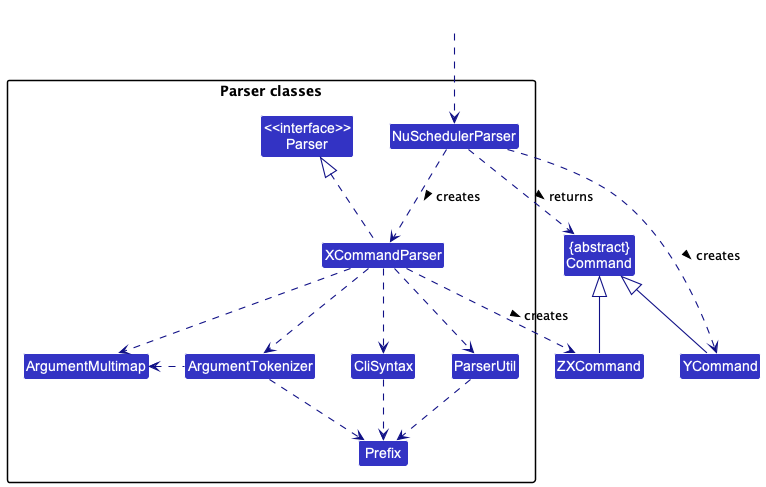
Before: docs/images/ParserClasses.png, a diagram exported from PlantUML (nus-cs2103-AY2223S1/tp).
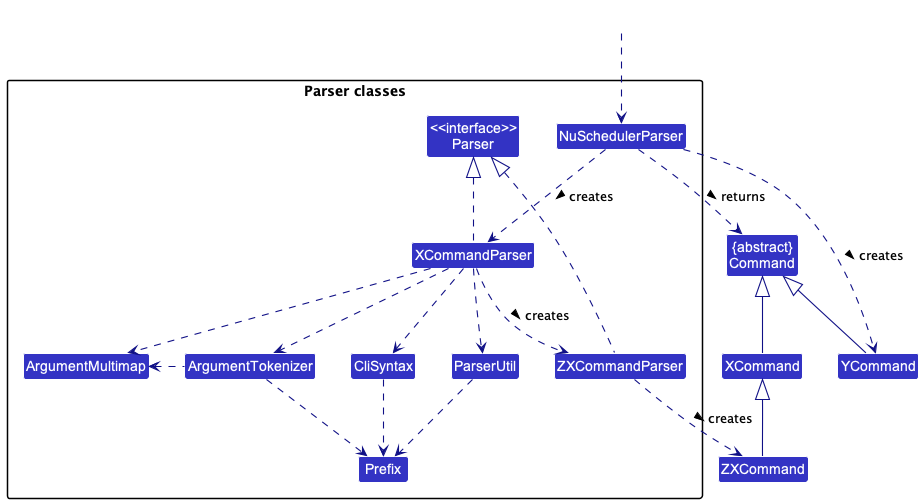
After the commit.

What changed in the source:
```diff
@@ -15,6 +15,7 @@
 Class ParserUtil
 Class ArgumentMultimap
 Class ArgumentTokenizer
+Class ZXCommandParser
 Class Prefix
 }
 
@@ -23,9 +24,11 @@
 
 NuSchedulerParser .down.> XCommandParser: creates >
 NuSchedulerParser .down.> YCommand : creates >
-XCommandParser ..> ZXCommand : creates >
+XCommandParser ..> ZXCommandParser : creates >
+ZXCommandParser ..> ZXCommand : creates >
 NuSchedulerParser ..> Command : returns >
 XCommandParser .up.|> Parser
+ZXCommandParser .up.|> Parser
 XCommandParser ..> ArgumentMultimap
 XCommandParser ..> ArgumentTokenizer
 ArgumentTokenizer .left.> ArgumentMultimap
@@ -34,6 +37,7 @@
 XCommandParser ..> ParserUtil
 ParserUtil .down.> Prefix
 ArgumentTokenizer .down.> Prefix
-ZXCommand -up-|> Command
+XCommand -up-|> Command
+ZXCommand -up-|> XCommand
 YCommand -up-|> Command
 @enduml
```
